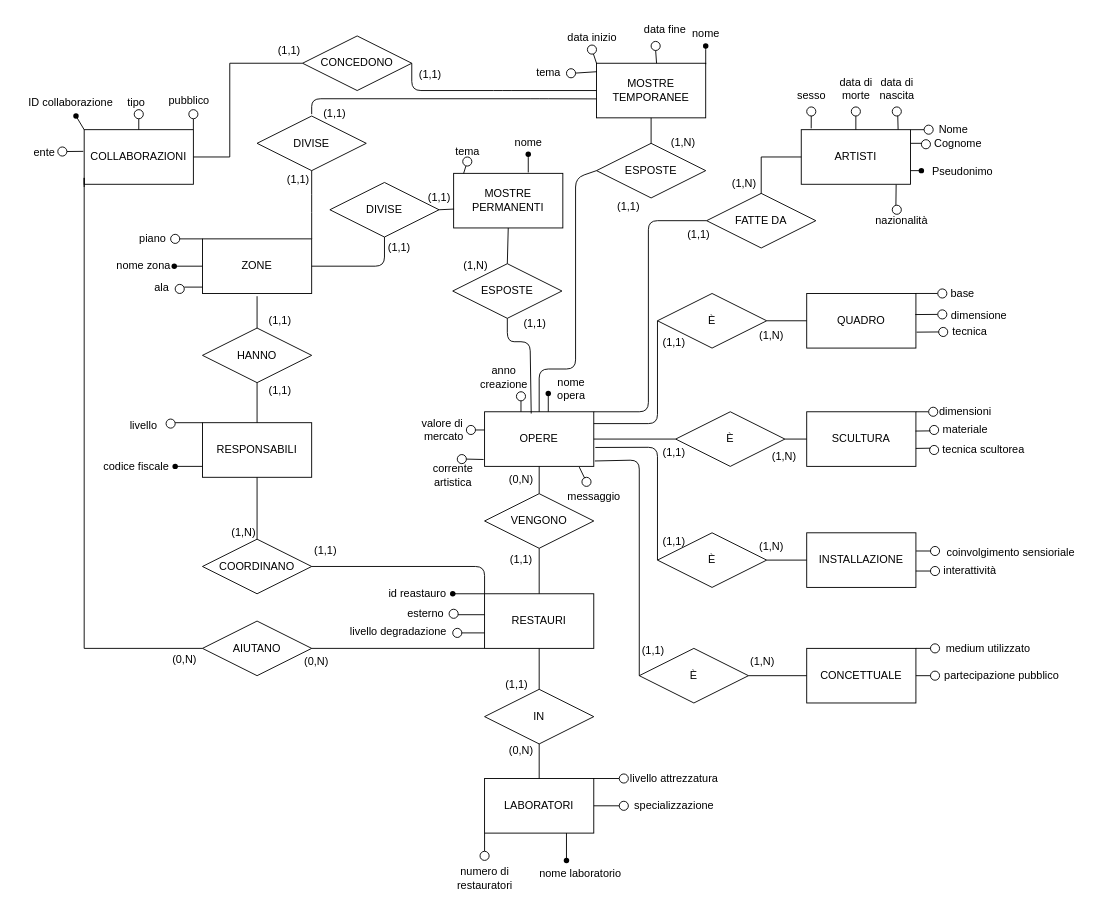
The draw.io diagram museo-ristrutturato.drawio in ColdBerri/Database-Unipd-2025, before the edit. Source tidied: cells renumbered, new cells numbered last; positions are measured from the earlier drawing's top-left corner, leaving out a move shared by most shapes. Both pictures are drawn from the tidied source at 91%, with x=0, y=0 at pixel (15, 15).
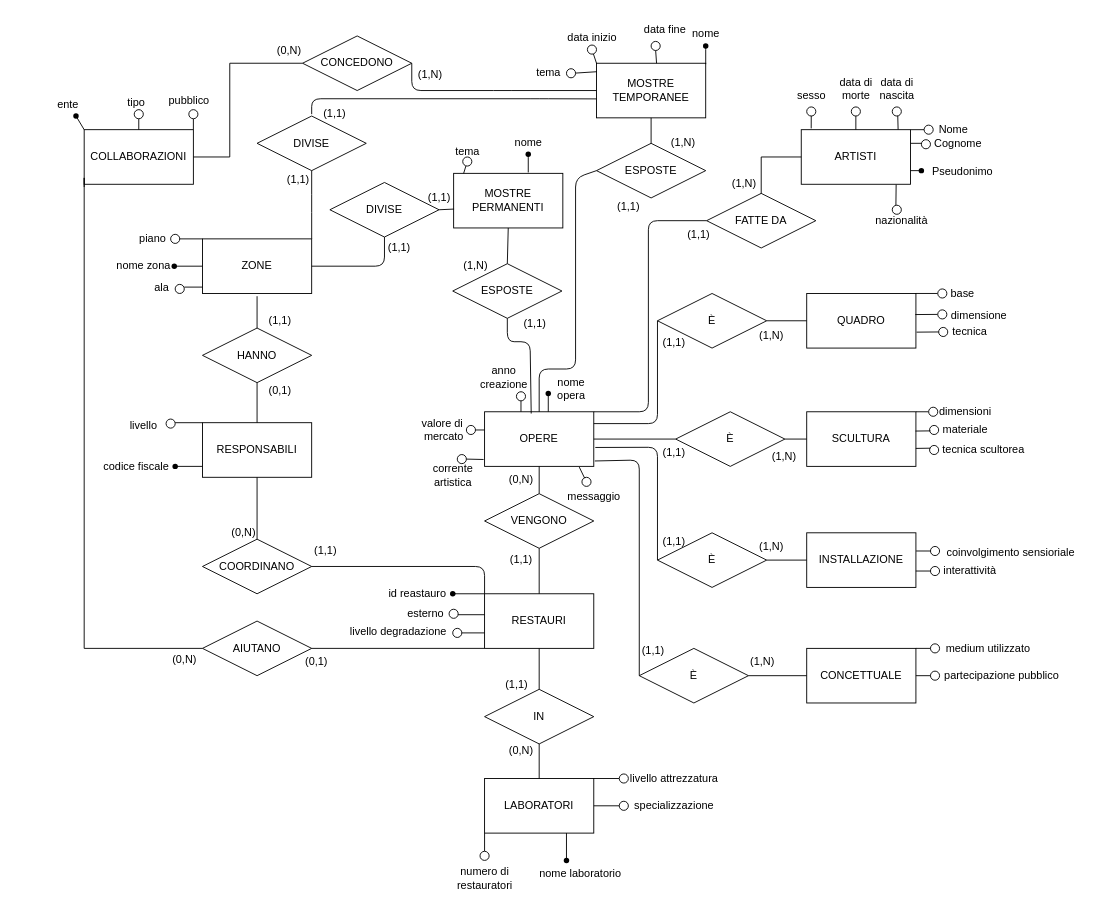
After the change.

Commit message (it also covers changes not shown here):
ultime modifiche su cardinalità e concetto nel concettuale

Unchanged cells that the change refers to:
```xml
<mxCell id="28" value="COLLABORAZIONI" style="rounded=0;whiteSpace=wrap;html=1;" parent="1" vertex="1">
  <mxGeometry x="75" y="125" width="120" height="60" as="geometry" />
</mxCell>
```

Diff of the diagram source:
```diff
@@
     <mxCell id="120" value="ente" style="text;html=1;align=center;verticalAlign=middle;strokeColor=none;fillColor=none;" parent="1" vertex="1">
-      <mxGeometry x="6" y="135" width="50" height="30" as="geometry" />
+      <mxGeometry x="32" y="83" width="50" height="30" as="geometry" />
     </mxCell>
@@
-    <mxCell id="170" value="(0,N)" style="text;html=1;align=center;verticalAlign=middle;strokeColor=none;fillColor=none;" parent="1" vertex="1">
+    <mxCell id="170" value="(0,1)" style="text;html=1;align=center;verticalAlign=middle;strokeColor=none;fillColor=none;" parent="1" vertex="1">
       <mxGeometry x="305" y="695" width="50" height="30" as="geometry" />
     </mxCell>
@@
-    <mxCell id="173" value="(1,N)" style="text;html=1;align=center;verticalAlign=middle;strokeColor=none;fillColor=none;" parent="1" vertex="1">
+    <mxCell id="173" value="(0,N)" style="text;html=1;align=center;verticalAlign=middle;strokeColor=none;fillColor=none;" parent="1" vertex="1">
       <mxGeometry x="225" y="553" width="50" height="30" as="geometry" />
     </mxCell>
@@
-    <mxCell id="175" value="(1,1)" style="text;html=1;align=center;verticalAlign=middle;strokeColor=none;fillColor=none;" parent="1" vertex="1">
+    <mxCell id="175" value="(0,1)" style="text;html=1;align=center;verticalAlign=middle;strokeColor=none;fillColor=none;" parent="1" vertex="1">
       <mxGeometry x="265" y="397" width="50" height="30" as="geometry" />
     </mxCell>
@@
-    <mxCell id="179" value="(1,1)" style="text;html=1;align=center;verticalAlign=middle;strokeColor=none;fillColor=none;" parent="1" vertex="1">
+    <mxCell id="179" value="(1,N)" style="text;html=1;align=center;verticalAlign=middle;strokeColor=none;fillColor=none;" parent="1" vertex="1">
       <mxGeometry x="430" y="50" width="50" height="30" as="geometry" />
     </mxCell>
-    <mxCell id="180" value="(1,1)" style="text;html=1;align=center;verticalAlign=middle;strokeColor=none;fillColor=none;" parent="1" vertex="1">
+    <mxCell id="180" value="(0,N)" style="text;html=1;align=center;verticalAlign=middle;strokeColor=none;fillColor=none;" parent="1" vertex="1">
       <mxGeometry x="275" y="23" width="50" height="30" as="geometry" />
     </mxCell>
@@
-    <mxCell id="229" style="endArrow=none;html=1;entryX=-0.008;entryY=0.397;entryDx=0;entryDy=0;entryPerimeter=0;startArrow=none;" parent="1" edge="1" source="230" target="28">
-      <mxGeometry relative="1" as="geometry" />
-    </mxCell>
-    <mxCell id="230" style="ellipse;whiteSpace=wrap;html=1;" parent="1" vertex="1">
-      <mxGeometry x="46" y="144" width="10" height="10" as="geometry" />
-    </mxCell>
-    <mxCell id="231" value="ID collaborazione" style="text;html=1;align=center;verticalAlign=middle;strokeColor=none;fillColor=none;" parent="1" vertex="1">
-      <mxGeometry y="80" width="120" height="30" as="geometry" />
-    </mxCell>
```
